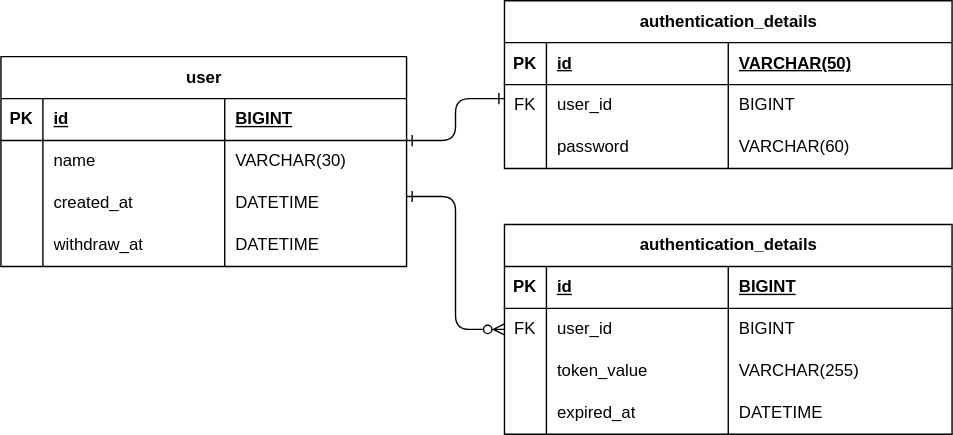
Earlier version of the draw.io export docs/erd.svg (Jeongyounghyeon/expandable-application). Source tidied: cells renumbered, new cells last; positions are measured from the earlier drawing's top-left corner, leaving out a move shared by most shapes.
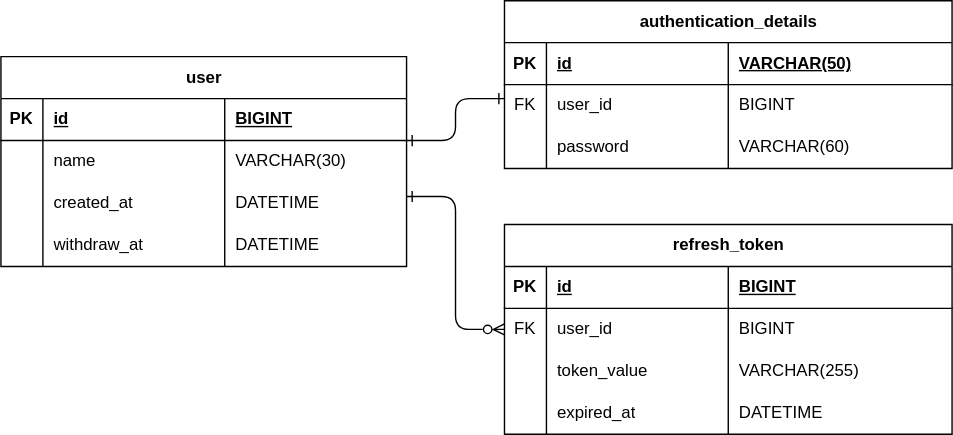
The same file after the commit.

Commit message:
fix: erd 테이블 잘못된 이름 수정

Diff of the diagram source:
```diff
@@ -108,7 +108,7 @@
     <mxCell id="33" value="DATETIME" style="shape=partialRectangle;fillColor=none;top=0;left=0;bottom=0;right=0;align=left;spacingLeft=6;overflow=hidden;whiteSpace=wrap;html=1;" parent="30" vertex="1">
       <mxGeometry x="160" width="130" height="30" as="geometry" />
     </mxCell>
-    <mxCell id="34" value="authentication_details" style="shape=table;startSize=30;rowLines=0;fontStyle=1;align=center;html=1;swimlaneFillColor=none;" parent="1" vertex="1">
+    <mxCell id="34" value="refresh_token" style="shape=table;startSize=30;rowLines=0;fontStyle=1;align=center;html=1;swimlaneFillColor=none;" parent="1" vertex="1">
       <mxGeometry x="360" y="160" width="320" height="150" as="geometry" />
     </mxCell>
     <mxCell id="35" style="shape=tableRow;horizontal=0;startSize=0;swimlaneHead=0;swimlaneBody=0;fillColor=none;top=0;left=0;right=0;bottom=1;" parent="34" vertex="1">
```
